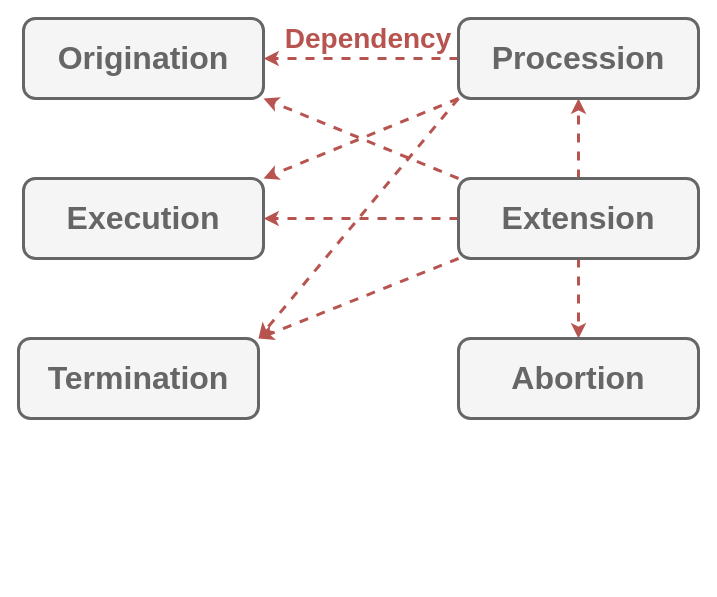
do-i-know-it/YggdrAshill.Ragnarok keeps this draw.io diagram as Documentation/Resources/Progression.drawio. Above is the earlier version. Source tidied: cells renumbered, new cells numbered last; positions are measured from the earlier drawing's top-left corner, leaving out a move shared by most shapes. Both pictures are drawn from the tidied source at 100%, with x=0, y=0 at pixel (18, 18).
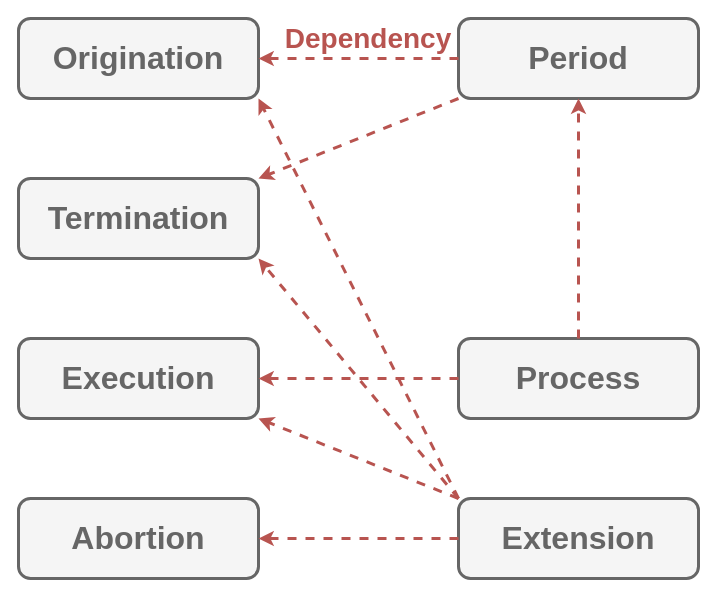
The same diagram, later.

Diff of the diagram source:
```diff
@@
 <mxGraphModel>
   <root>
     <mxCell id="0" />
     <mxCell id="1" parent="0" />
-    <mxCell id="2" style="endArrow=classic;html=1;fillColor=#f8cecc;strokeColor=#b85450;strokeWidth=3;dashed=1;exitX=0;exitY=1;exitDx=0;exitDy=0;entryX=1;entryY=0;entryDx=0;entryDy=0;" parent="1" edge="1" source="14" target="12">
-      <mxGeometry relative="1" as="geometry" />
-    </mxCell>
     <mxCell id="3" value="&lt;b&gt;&lt;font style=&quot;font-size: 28px&quot; color=&quot;#b85450&quot;&gt;Dependency&lt;/font&gt;&lt;/b&gt;" style="text;html=1;align=center;verticalAlign=middle;whiteSpace=wrap;rounded=0;" parent="1" vertex="1">
       <mxGeometry x="260" width="180" height="40" as="geometry" />
     </mxCell>
-    <mxCell id="4" style="endArrow=classic;html=1;fillColor=#f8cecc;strokeColor=#b85450;strokeWidth=3;dashed=1;entryX=1;entryY=0;entryDx=0;entryDy=0;" parent="1" edge="1" target="11">
-      <mxGeometry relative="1" as="geometry">
-        <mxPoint x="440" y="80" as="sourcePoint" />
-      </mxGeometry>
-    </mxCell>
-    <mxCell id="5" style="endArrow=classic;html=1;fillColor=#f8cecc;strokeColor=#b85450;strokeWidth=3;dashed=1;exitX=0;exitY=0.5;exitDx=0;exitDy=0;entryX=1;entryY=0.5;entryDx=0;entryDy=0;" parent="1" edge="1" source="14" target="13">
-      <mxGeometry relative="1" as="geometry" />
-    </mxCell>
-    <mxCell id="6" style="endArrow=classic;html=1;fillColor=#f8cecc;strokeColor=#b85450;strokeWidth=3;dashed=1;entryX=0.5;entryY=1;entryDx=0;entryDy=0;exitX=0.5;exitY=0;exitDx=0;exitDy=0;" parent="1" edge="1" source="16" target="14">
+    <mxCell id="6" style="endArrow=classic;html=1;fillColor=#f8cecc;strokeColor=#b85450;strokeWidth=3;dashed=1;entryX=1;entryY=1;entryDx=0;entryDy=0;exitX=0;exitY=0;exitDx=0;exitDy=0;" parent="1" edge="1" source="16" target="13">
       <mxGeometry relative="1" as="geometry" />
     </mxCell>
-    <mxCell id="7" style="endArrow=classic;html=1;fillColor=#f8cecc;strokeColor=#b85450;strokeWidth=3;dashed=1;entryX=0.5;entryY=0;entryDx=0;entryDy=0;" parent="1" edge="1" source="16" target="15">
-      <mxGeometry relative="1" as="geometry" />
-    </mxCell>
-    <mxCell id="8" style="endArrow=classic;html=1;fillColor=#f8cecc;strokeColor=#b85450;strokeWidth=3;dashed=1;entryX=1;entryY=0.5;entryDx=0;entryDy=0;exitX=0;exitY=0.5;exitDx=0;exitDy=0;" parent="1" edge="1" source="16" target="12">
-      <mxGeometry relative="1" as="geometry" />
-    </mxCell>
-    <mxCell id="9" style="endArrow=classic;html=1;fillColor=#f8cecc;strokeColor=#b85450;strokeWidth=3;dashed=1;exitX=0;exitY=1;exitDx=0;exitDy=0;entryX=1;entryY=0;entryDx=0;entryDy=0;" parent="1" edge="1" source="16" target="11">
-      <mxGeometry relative="1" as="geometry" />
-    </mxCell>
-    <mxCell id="10" style="endArrow=classic;html=1;fillColor=#f8cecc;strokeColor=#b85450;strokeWidth=3;dashed=1;entryX=1;entryY=1;entryDx=0;entryDy=0;exitX=0;exitY=0;exitDx=0;exitDy=0;" parent="1" edge="1" source="16" target="13">
-      <mxGeometry relative="1" as="geometry" />
-    </mxCell>
     <mxCell id="11" value="&lt;font style=&quot;font-size: 32px&quot; color=&quot;#666666&quot;&gt;&lt;b&gt;Termination&lt;br&gt;&lt;/b&gt;&lt;/font&gt;" style="rounded=1;whiteSpace=wrap;html=1;fillColor=#f5f5f5;strokeColor=#666666;strokeWidth=3;fontColor=#333333;" parent="1" vertex="1">
-      <mxGeometry y="320" width="240" height="80" as="geometry" />
+      <mxGeometry y="160" width="240" height="80" as="geometry" />
     </mxCell>
     <mxCell id="12" value="&lt;font style=&quot;font-size: 32px&quot; color=&quot;#666666&quot;&gt;&lt;b&gt;Execution&lt;/b&gt;&lt;/font&gt;" style="rounded=1;whiteSpace=wrap;html=1;fillColor=#f5f5f5;strokeColor=#666666;strokeWidth=3;fontColor=#333333;" parent="1" vertex="1">
-      <mxGeometry x="5" y="160" width="240" height="80" as="geometry" />
+      <mxGeometry y="320" width="240" height="80" as="geometry" />
     </mxCell>
     <mxCell id="13" value="&lt;font style=&quot;font-size: 32px&quot; color=&quot;#666666&quot;&gt;&lt;b&gt;Origination&lt;/b&gt;&lt;/font&gt;" style="rounded=1;whiteSpace=wrap;html=1;fillColor=#f5f5f5;strokeColor=#666666;strokeWidth=3;fontColor=#333333;" parent="1" vertex="1">
-      <mxGeometry x="5" width="240" height="80" as="geometry" />
+      <mxGeometry width="240" height="80" as="geometry" />
     </mxCell>
-    <mxCell id="14" value="&lt;font color=&quot;#666666&quot;&gt;&lt;span style=&quot;font-size: 32px&quot;&gt;&lt;b&gt;Procession&lt;/b&gt;&lt;/span&gt;&lt;br&gt;&lt;/font&gt;" style="rounded=1;whiteSpace=wrap;html=1;fillColor=#f5f5f5;strokeColor=#666666;strokeWidth=3;fontColor=#333333;" parent="1" vertex="1">
-      <mxGeometry x="440" width="240" height="80" as="geometry" />
+    <mxCell id="14" value="&lt;font color=&quot;#666666&quot;&gt;&lt;span style=&quot;font-size: 32px&quot;&gt;&lt;b&gt;Process&lt;/b&gt;&lt;/span&gt;&lt;br&gt;&lt;/font&gt;" style="rounded=1;whiteSpace=wrap;html=1;fillColor=#f5f5f5;strokeColor=#666666;strokeWidth=3;fontColor=#333333;" parent="1" vertex="1">
+      <mxGeometry x="440" y="320" width="240" height="80" as="geometry" />
     </mxCell>
     <mxCell id="15" value="&lt;font style=&quot;font-size: 32px&quot; color=&quot;#666666&quot;&gt;&lt;b&gt;Abortion&lt;/b&gt;&lt;/font&gt;" style="rounded=1;whiteSpace=wrap;html=1;fillColor=#f5f5f5;strokeColor=#666666;strokeWidth=3;fontColor=#333333;" parent="1" vertex="1">
-      <mxGeometry x="440" y="320" width="240" height="80" as="geometry" />
+      <mxGeometry y="480" width="240" height="80" as="geometry" />
     </mxCell>
     <mxCell id="16" value="&lt;font style=&quot;font-size: 32px&quot; color=&quot;#666666&quot;&gt;&lt;b&gt;Extension&lt;/b&gt;&lt;/font&gt;" style="rounded=1;whiteSpace=wrap;html=1;fillColor=#f5f5f5;strokeColor=#666666;strokeWidth=3;fontColor=#333333;" parent="1" vertex="1">
-      <mxGeometry x="440" y="160" width="240" height="80" as="geometry" />
+      <mxGeometry x="440" y="480" width="240" height="80" as="geometry" />
     </mxCell>
+    <mxCell id="17" value="&lt;font style=&quot;font-size: 32px&quot; color=&quot;#666666&quot;&gt;&lt;b&gt;Period&lt;/b&gt;&lt;/font&gt;" style="rounded=1;whiteSpace=wrap;html=1;fillColor=#f5f5f5;strokeColor=#666666;strokeWidth=3;fontColor=#333333;" parent="1" vertex="1">
+      <mxGeometry x="440" width="240" height="80" as="geometry" />
+    </mxCell>
+    <mxCell id="9" style="endArrow=classic;html=1;fillColor=#f8cecc;strokeColor=#b85450;strokeWidth=3;dashed=1;entryX=1;entryY=1;entryDx=0;entryDy=0;exitX=0;exitY=0;exitDx=0;exitDy=0;" parent="1" edge="1" source="16" target="11">
+      <mxGeometry relative="1" as="geometry" />
+    </mxCell>
+    <mxCell id="8" style="endArrow=classic;html=1;fillColor=#f8cecc;strokeColor=#b85450;strokeWidth=3;dashed=1;entryX=1;entryY=1;entryDx=0;entryDy=0;exitX=0;exitY=0;exitDx=0;exitDy=0;" parent="1" edge="1" source="16" target="12">
+      <mxGeometry relative="1" as="geometry" />
+    </mxCell>
+    <mxCell id="7" style="endArrow=classic;html=1;fillColor=#f8cecc;strokeColor=#b85450;strokeWidth=3;dashed=1;exitX=0;exitY=0.5;exitDx=0;exitDy=0;entryX=1;entryY=0.5;entryDx=0;entryDy=0;" parent="1" edge="1" source="16" target="15">
+      <mxGeometry relative="1" as="geometry" />
+    </mxCell>
+    <mxCell id="2" style="endArrow=classic;html=1;fillColor=#f8cecc;strokeColor=#b85450;strokeWidth=3;dashed=1;entryX=1;entryY=0.5;entryDx=0;entryDy=0;exitX=0;exitY=0.5;exitDx=0;exitDy=0;" parent="1" edge="1" source="14" target="12">
+      <mxGeometry relative="1" as="geometry" />
+    </mxCell>
+    <mxCell id="18" style="endArrow=classic;html=1;fillColor=#f8cecc;strokeColor=#b85450;strokeWidth=3;dashed=1;entryX=1;entryY=0;entryDx=0;entryDy=0;exitX=0;exitY=1;exitDx=0;exitDy=0;" parent="1" edge="1" source="17" target="11">
+      <mxGeometry relative="1" as="geometry" />
+    </mxCell>
+    <mxCell id="19" style="endArrow=classic;html=1;fillColor=#f8cecc;strokeColor=#b85450;strokeWidth=3;dashed=1;entryX=1;entryY=0.5;entryDx=0;entryDy=0;exitX=0;exitY=0.5;exitDx=0;exitDy=0;" parent="1" edge="1" source="17" target="13">
+      <mxGeometry relative="1" as="geometry" />
+    </mxCell>
+    <mxCell id="20" style="endArrow=classic;html=1;fillColor=#f8cecc;strokeColor=#b85450;strokeWidth=3;dashed=1;entryX=0.5;entryY=1;entryDx=0;entryDy=0;exitX=0.5;exitY=0;exitDx=0;exitDy=0;" parent="1" edge="1" source="14" target="17">
+      <mxGeometry relative="1" as="geometry" />
+    </mxCell>
   </root>
 </mxGraphModel>
```
